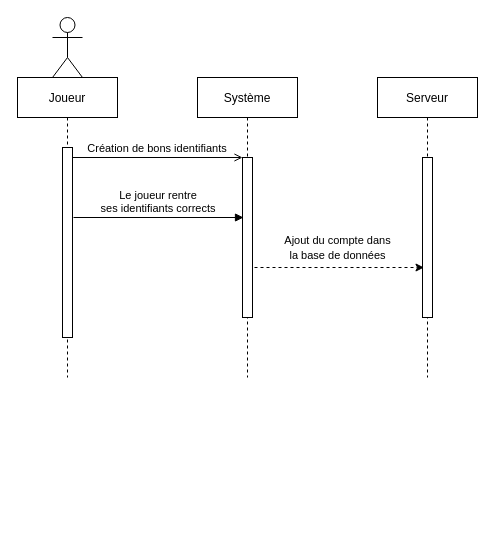
Above: 1-Spécifications/Sequence/DiagrammeDeSéquence_s'identifier.drawio in Kimaaaaaaa/Plots-_Lumineux_BTS_2022-2024 (draw.io), before the change. Source tidied: cells renumbered, new cells numbered last; positions are measured from the earlier drawing's top-left corner, leaving out a move shared by most shapes. Both pictures are drawn from the tidied source at 100%, with x=0, y=0 at pixel (17, 17).
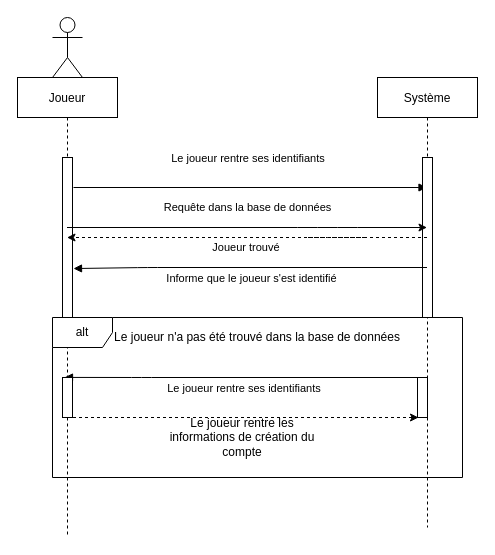
After the change.

Change to the diagram source:
```diff
@@
     <mxCell id="2" value="Joueur" style="shape=umlLifeline;perimeter=lifelinePerimeter;rounded=0;shadow=0;strokeWidth=1;" parent="1" vertex="1">
-      <mxGeometry y="60" width="100" height="300" as="geometry" />
+      <mxGeometry y="60" width="100" height="460" as="geometry" />
     </mxCell>
     <mxCell id="3" style="points=[];perimeter=orthogonalPerimeter;rounded=0;shadow=0;strokeWidth=1;" parent="2" vertex="1">
-      <mxGeometry x="45" y="70" width="10" height="190" as="geometry" />
+      <mxGeometry x="45" y="80" width="10" height="160" as="geometry" />
     </mxCell>
-    <mxCell id="4" value="Système" style="shape=umlLifeline;perimeter=lifelinePerimeter;rounded=0;shadow=0;strokeWidth=1;" parent="1" vertex="1">
-      <mxGeometry x="180" y="60" width="100" height="300" as="geometry" />
-    </mxCell>
-    <mxCell id="5" style="points=[];perimeter=orthogonalPerimeter;rounded=0;shadow=0;strokeWidth=1;" parent="4" vertex="1">
-      <mxGeometry x="45" y="80" width="10" height="160" as="geometry" />
-    </mxCell>
-    <mxCell id="6" style="endArrow=classic;html=1;rounded=0;dashed=1;" parent="4" edge="1">
-      <mxGeometry relative="1" as="geometry">
-        <mxPoint x="57" y="190" as="sourcePoint" />
-        <mxPoint x="226.5" y="190" as="targetPoint" />
-      </mxGeometry>
-    </mxCell>
-    <mxCell id="7" value="Création de bons identifiants" style="verticalAlign=bottom;endArrow=open;entryX=0;entryY=0;shadow=0;strokeWidth=1;endFill=0;" parent="1" edge="1" source="3" target="5">
-      <mxGeometry relative="1" as="geometry" />
-    </mxCell>
-    <mxCell id="8" value="Le joueur rentre &#10;ses identifiants corrects" style="verticalAlign=bottom;endArrow=block;entryX=0;entryY=0;shadow=0;strokeWidth=1;" parent="1" edge="1">
-      <mxGeometry relative="1" as="geometry">
-        <mxPoint x="56" y="200" as="sourcePoint" />
-        <mxPoint x="226" y="200" as="targetPoint" />
+    <mxCell id="8" value="Le joueur rentre ses identifiants" style="verticalAlign=bottom;endArrow=block;shadow=0;strokeWidth=1;" parent="1" edge="1" target="9">
+      <mxGeometry x="-0.01" y="20" relative="1" as="geometry">
+        <mxPoint x="56" y="170" as="sourcePoint" />
       </mxGeometry>
     </mxCell>
-    <mxCell id="9" value="Serveur" style="shape=umlLifeline;perimeter=lifelinePerimeter;rounded=0;shadow=0;strokeWidth=1;" parent="1" vertex="1">
-      <mxGeometry x="360" y="60" width="100" height="300" as="geometry" />
+    <mxCell id="9" value="Système" style="shape=umlLifeline;perimeter=lifelinePerimeter;rounded=0;shadow=0;strokeWidth=1;" parent="1" vertex="1">
+      <mxGeometry x="360" y="60" width="100" height="450" as="geometry" />
     </mxCell>
@@
-    <mxCell id="11" value="&lt;span style=&quot;font-size: 11px; background-color: rgb(255, 255, 255);&quot;&gt;Ajout du compte dans&lt;/span&gt;&lt;br style=&quot;padding: 0px; margin: 0px; font-size: 11px;&quot;&gt;&lt;span style=&quot;font-size: 11px; background-color: rgb(255, 255, 255);&quot;&gt;la base de données&lt;/span&gt;" style="text;html=1;align=center;verticalAlign=middle;strokeColor=none;fillColor=none;" parent="1" vertex="1">
-      <mxGeometry x="255" y="210" width="130" height="40" as="geometry" />
+    <mxCell id="11" value="&lt;span style=&quot;font-size: 11px ; background-color: rgb(255 , 255 , 255)&quot;&gt;Requête dans la base de données&lt;/span&gt;" style="text;html=1;align=center;verticalAlign=middle;strokeColor=none;fillColor=none;" parent="1" vertex="1">
+      <mxGeometry x="140" y="180" width="180" height="20" as="geometry" />
     </mxCell>
@@
+    <mxCell id="6" style="endArrow=classic;html=1;rounded=0;" parent="1" edge="1" source="2" target="9">
+      <mxGeometry relative="1" as="geometry">
+        <Array as="points">
+          <mxPoint x="280" y="210" />
+          <mxPoint x="300" y="210" />
+          <mxPoint x="320" y="210" />
+          <mxPoint x="340" y="210" />
+        </Array>
+      </mxGeometry>
+    </mxCell>
+    <mxCell id="13" value="alt" style="shape=umlFrame;whiteSpace=wrap;html=1;" parent="1" vertex="1">
+      <mxGeometry x="35" y="300" width="410" height="160" as="geometry" />
+    </mxCell>
+    <mxCell id="14" style="endArrow=classic;html=1;rounded=0;dashed=1;" parent="1" edge="1" source="9" target="2">
+      <mxGeometry relative="1" as="geometry">
+        <Array as="points">
+          <mxPoint x="290" y="220" />
+          <mxPoint x="310" y="220" />
+          <mxPoint x="330" y="220" />
+          <mxPoint x="350" y="220" />
+        </Array>
+      </mxGeometry>
+    </mxCell>
+    <mxCell id="15" value="&lt;span style=&quot;font-size: 11px ; background-color: rgb(255 , 255 , 255)&quot;&gt;Joueur trouvé&amp;nbsp;&lt;/span&gt;" style="text;html=1;align=center;verticalAlign=middle;strokeColor=none;fillColor=none;" parent="1" vertex="1">
+      <mxGeometry x="185" y="220" width="90" height="20" as="geometry" />
+    </mxCell>
+    <mxCell id="16" value="Informe que le joueur s'est identifié" style="verticalAlign=bottom;endArrow=block;shadow=0;strokeWidth=1;entryX=1.1;entryY=0.694;entryDx=0;entryDy=0;entryPerimeter=0;" parent="1" edge="1" source="9" target="3">
+      <mxGeometry x="-0.01" y="20" relative="1" as="geometry">
+        <Array as="points">
+          <mxPoint x="130" y="250" />
+        </Array>
+      </mxGeometry>
+    </mxCell>
+    <mxCell id="17" value="Le joueur n'a pas été trouvé dans la base de données" style="text;html=1;strokeColor=none;fillColor=none;align=center;verticalAlign=middle;whiteSpace=wrap;rounded=0;" parent="1" vertex="1">
+      <mxGeometry x="80" y="310" width="320" height="20" as="geometry" />
+    </mxCell>
+    <mxCell id="18" value="Le joueur rentre ses identifiants" style="verticalAlign=bottom;endArrow=block;shadow=0;strokeWidth=1;entryX=0.47;entryY=0.652;entryDx=0;entryDy=0;entryPerimeter=0;" parent="1" edge="1" target="2">
+      <mxGeometry x="-0.01" y="20" relative="1" as="geometry">
+        <mxPoint x="403" y="360" as="sourcePoint" />
+        <Array as="points">
+          <mxPoint x="124" y="360" />
+        </Array>
+      </mxGeometry>
+    </mxCell>
+    <mxCell id="19" style="endArrow=classic;html=1;rounded=0;dashed=1;entryX=0.1;entryY=1;entryDx=0;entryDy=0;entryPerimeter=0;" parent="1" edge="1" source="2" target="22">
+      <mxGeometry relative="1" as="geometry">
+        <Array as="points">
+          <mxPoint x="110.5" y="400" />
+          <mxPoint x="130.5" y="400" />
+          <mxPoint x="150.5" y="400" />
+          <mxPoint x="170.5" y="400" />
+        </Array>
+      </mxGeometry>
+    </mxCell>
+    <mxCell id="20" value="Le joueur rentre les informations de création du compte" style="text;html=1;strokeColor=none;fillColor=none;align=center;verticalAlign=middle;whiteSpace=wrap;rounded=0;" parent="1" vertex="1">
+      <mxGeometry x="150" y="410" width="150" height="20" as="geometry" />
+    </mxCell>
+    <mxCell id="21" style="perimeter=orthogonalPerimeter;rounded=0;shadow=0;strokeWidth=1;" parent="1" vertex="1">
+      <mxGeometry x="45" y="360" width="10" height="40" as="geometry" />
+    </mxCell>
+    <mxCell id="22" style="points=[];perimeter=orthogonalPerimeter;rounded=0;shadow=0;strokeWidth=1;" parent="1" vertex="1">
+      <mxGeometry x="400" y="360" width="10" height="40" as="geometry" />
+    </mxCell>
```
